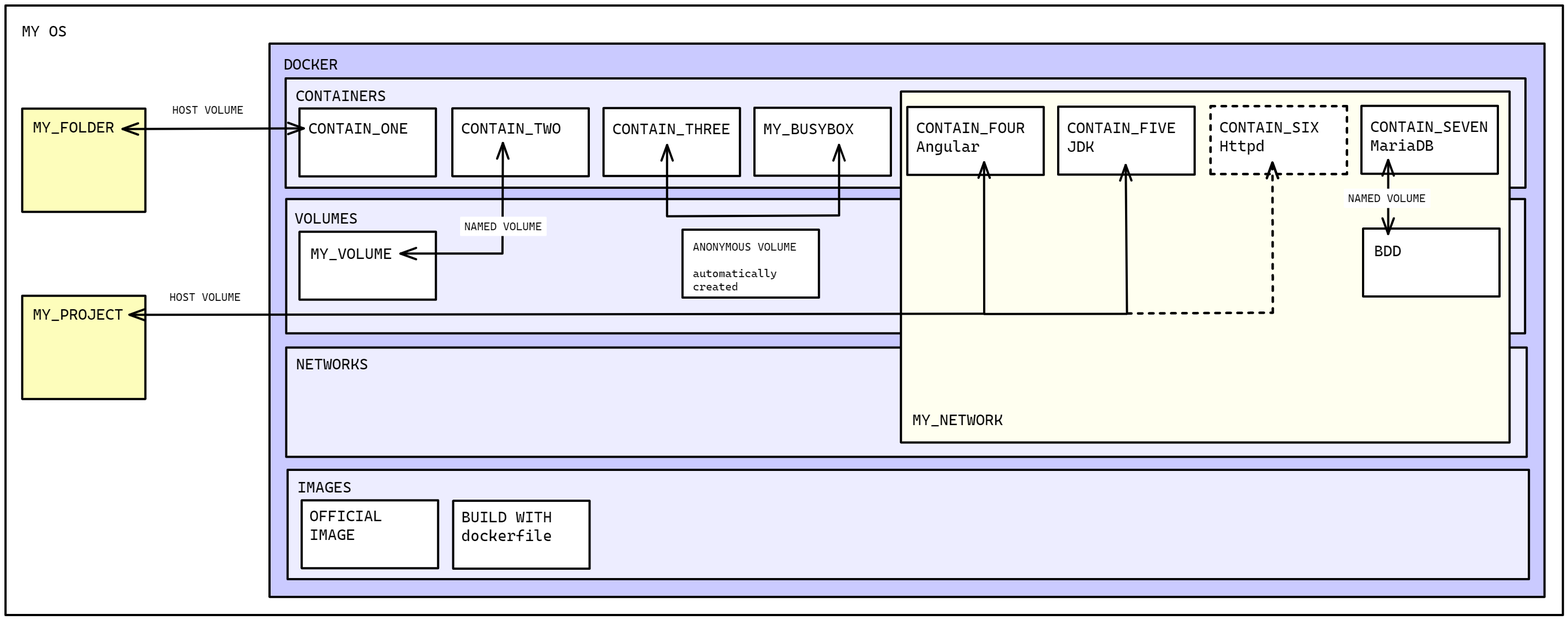
Earlier version of the Excalidraw export docker_explained.png (joliDigi/notes_cours). Source tidied: one line per element, renumbered; positions are measured from the earlier drawing's top-left corner, leaving out a move shared by most shapes.
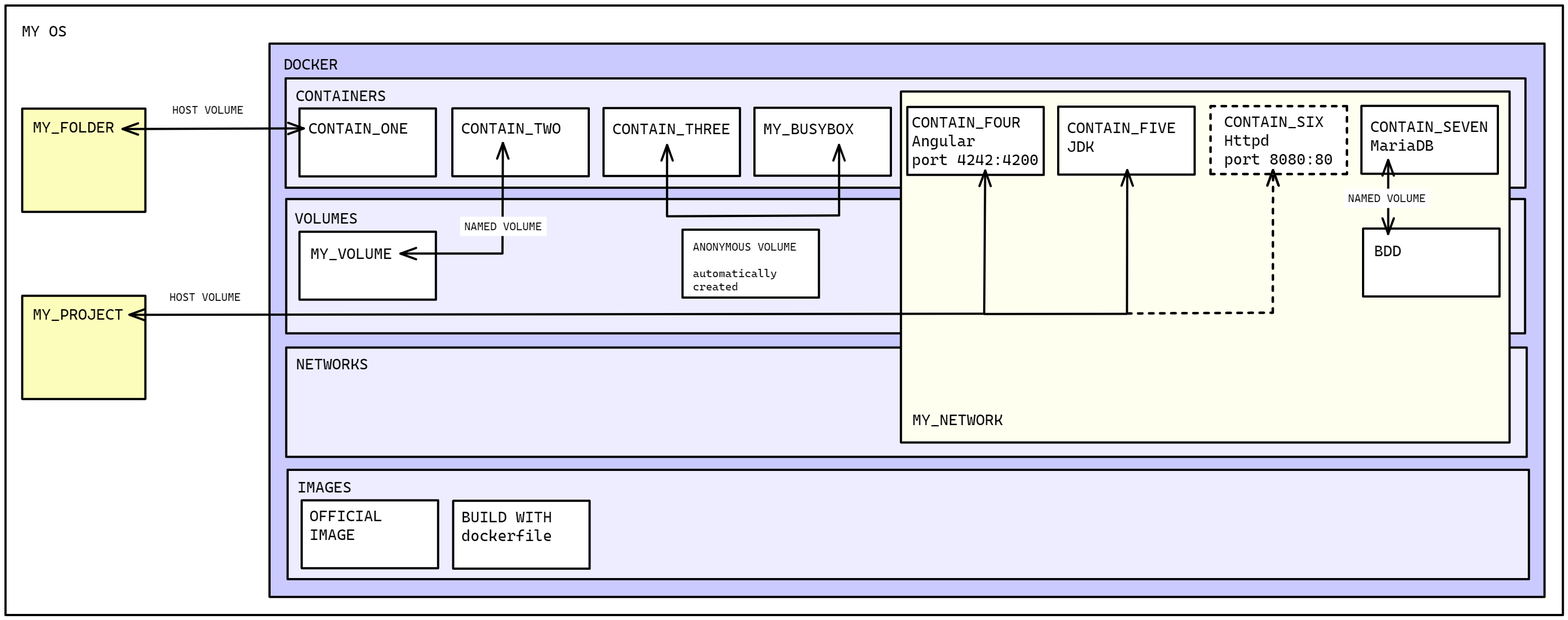
Above is the later version.

What changed in the source:
```diff
@@ -39,8 +39,8 @@
 {"id": 38, "type": "text", "text": "CONTAIN_TWO", "strokeColor": "#000000", "strokeWidth": 4, "roughness": 0, "fontSize": 28, "fontFamily": 3, "x": 825, "y": 205, "width": 181, "height": 34}
 {"id": 39, "type": "text", "text": "CONTAIN_THREE", "strokeColor": "#000000", "strokeWidth": 4, "roughness": 0, "fontSize": 28, "fontFamily": 3, "x": 1099, "y": 206, "width": 214, "height": 34}
 {"id": 40, "type": "text", "text": "MY_BUSYBOX", "strokeColor": "#000000", "strokeWidth": 4, "roughness": 0, "fontSize": 28, "fontFamily": 3, "x": 1372, "y": 206, "width": 165, "height": 34}
-{"id": 41, "type": "text", "text": "CONTAIN_FOUR\nAngular", "strokeColor": "#000000", "strokeWidth": 4, "roughness": 0, "fontSize": 28, "fontFamily": 3, "x": 1649, "y": 204, "width": 197, "height": 68}
+{"id": 41, "type": "text", "text": "CONTAIN_FOUR\nAngular\nport 4242:4200", "strokeColor": "#000000", "strokeWidth": 4, "roughness": 0, "fontSize": 28, "fontFamily": 3, "x": 1641, "y": 194, "width": 231, "height": 102}
-{"id": 42, "type": "text", "text": "CONTAIN_SIX\nHttpd", "strokeColor": "#000000", "strokeWidth": 4, "strokeStyle": "dashed", "roughness": 0, "fontSize": 28, "fontFamily": 3, "x": 2198, "y": 203, "width": 180, "height": 68}
+{"id": 42, "type": "text", "text": "CONTAIN_SIX\nHttpd\nport 8080:80", "strokeColor": "#000000", "strokeWidth": 4, "strokeStyle": "dashed", "roughness": 0, "fontSize": 28, "fontFamily": 3, "x": 2206, "y": 193, "width": 198, "height": 102}
 {"id": 43, "type": "text", "text": "CONTAIN_FIVE\nJDK", "strokeColor": "#000000", "strokeWidth": 4, "roughness": 0, "fontSize": 28, "fontFamily": 3, "x": 1922, "y": 204, "width": 197, "height": 68}
 {"id": 44, "type": "text", "text": "CONTAIN_SEVEN\nMariaDB", "strokeColor": "#000000", "strokeWidth": 4, "strokeStyle": "dashed", "roughness": 0, "fontSize": 28, "fontFamily": 3, "x": 2471, "y": 202, "width": 213, "height": 68}
 {"id": 45, "type": "text", "text": "MY_FOLDER", "strokeColor": "#000000", "strokeWidth": 4, "roughness": 0, "fontSize": 28, "fontFamily": 3, "x": 49, "y": 203, "width": 149, "height": 34}
@@ -49,9 +49,9 @@
 {"id": 48, "type": "arrow", "strokeColor": "#000", "backgroundColor": "#fff", "fillStyle": "solid", "strokeWidth": 4, "roughness": 0, "startArrowhead": "arrow", "endArrowhead": "arrow", "from": 37, "to": 45, "x": 540, "y": 223, "width": 328, "height": 1, "points": [[0, 0], [-328, 1]]}
 {"id": 49, "type": "rectangle", "strokeColor": "#000000", "backgroundColor": "#fff", "fillStyle": "solid", "strokeWidth": 4, "roughness": 0, "x": 2458, "y": 404, "width": 247, "height": 123}
 {"id": 50, "type": "text", "text": "BDD", "strokeColor": "#000000", "strokeWidth": 4, "roughness": 0, "fontSize": 28, "fontFamily": 3, "x": 2478, "y": 427, "width": 50, "height": 34}
-{"id": 51, "type": "arrow", "strokeColor": "#000", "backgroundColor": "#fff", "fillStyle": "solid", "strokeWidth": 4, "roughness": 0, "startArrowhead": "arrow", "endArrowhead": "arrow", "from": 46, "to": 41, "x": 224, "y": 560, "width": 1547, "height": 276, "points": [[0, 0], [1547, -2], [1547, -276]]}
+{"id": 51, "type": "arrow", "strokeColor": "#000", "backgroundColor": "#fff", "fillStyle": "solid", "strokeWidth": 4, "roughness": 0, "startArrowhead": "arrow", "endArrowhead": "arrow", "from": 46, "to": 41, "x": 224, "y": 560, "width": 1549, "height": 261, "points": [[0, 0], [1547, -2], [1549, -261]]}
-{"id": 52, "type": "arrow", "strokeColor": "#000", "backgroundColor": "#fff", "fillStyle": "solid", "strokeWidth": 4, "roughness": 0, "endArrowhead": "arrow", "x": 1772, "y": 559, "width": 259, "height": 270, "points": [[0, 0], [259, 0], [256, -270]]}
+{"id": 52, "type": "arrow", "strokeColor": "#000", "backgroundColor": "#fff", "fillStyle": "solid", "strokeWidth": 4, "roughness": 0, "endArrowhead": "arrow", "x": 1772, "y": 559, "width": 259, "height": 260, "points": [[0, 0], [259, 0], [259, -260]]}
-{"id": 53, "type": "arrow", "strokeColor": "#000", "backgroundColor": "#fff", "fillStyle": "solid", "strokeWidth": 4, "strokeStyle": "dashed", "roughness": 0, "endArrowhead": "arrow", "to": 42, "x": 2031, "y": 558, "width": 264, "height": 273, "points": [[0, 0], [264, -1], [263, -273]]}
+{"id": 53, "type": "arrow", "strokeColor": "#000", "backgroundColor": "#fff", "fillStyle": "solid", "strokeWidth": 4, "strokeStyle": "dashed", "roughness": 0, "endArrowhead": "arrow", "to": 42, "x": 2031, "y": 558, "width": 264, "height": 260, "points": [[0, 0], [264, -1], [264, -260]]}
 {"id": 54, "type": "arrow", "strokeColor": "#000", "backgroundColor": "#fff", "fillStyle": "solid", "strokeWidth": 4, "roughness": 0, "startArrowhead": "arrow", "endArrowhead": "arrow", "from": 50, "to": 44, "x": 2503, "y": 414, "width": 0, "height": 134, "points": [[0, 0], [0, -134]]}
 {"id": 55, "type": "rectangle", "strokeColor": "#fff", "backgroundColor": "#fff", "fillStyle": "solid", "strokeWidth": 4, "roughness": 0, "x": 2425, "y": 334, "width": 153, "height": 31}
 {"id": 56, "type": "text", "text": "NAMED VOLUME", "strokeColor": "#000000", "strokeWidth": 4, "roughness": 0, "fontSize": 20, "fontFamily": 3, "x": 2431, "y": 337, "width": 142, "height": 24}
```
